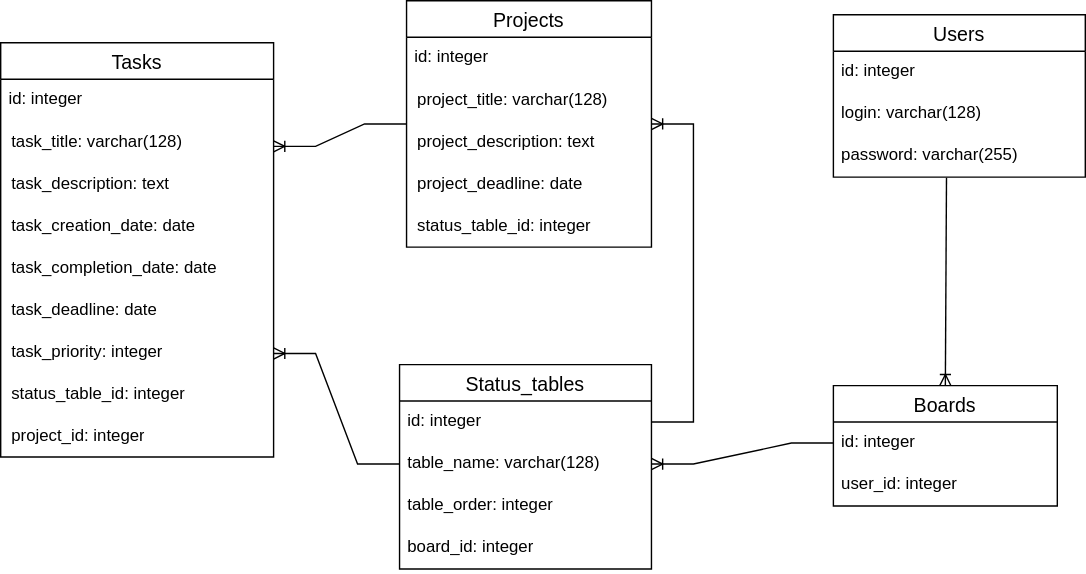
Before: documentation/dataSchemas/PhysicalSchema.svg, a diagram exported from draw.io (Leerv474/PeachNote). Source tidied: cells renumbered, new cells last; positions are measured from the earlier drawing's top-left corner, leaving out a move shared by most shapes.
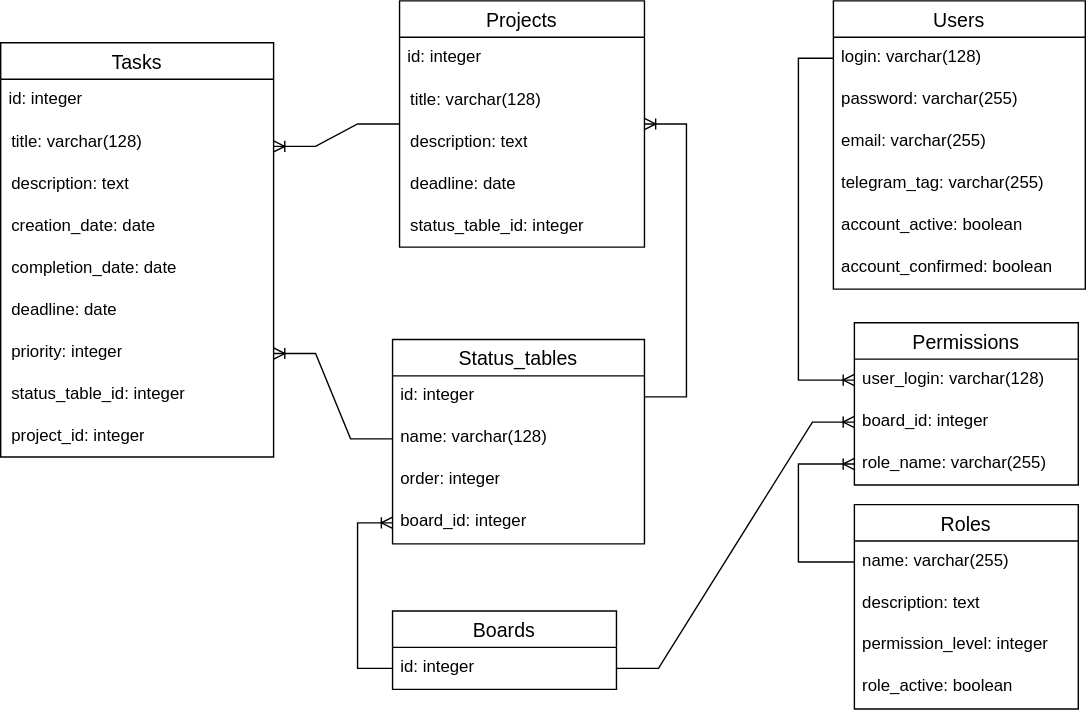
After the change.

Change to the diagram source:
```diff
@@ -3,27 +3,27 @@
     <mxCell id="0" />
     <mxCell id="1" parent="0" />
     <mxCell id="2" value="Tasks" style="swimlane;fontStyle=0;horizontal=1;startSize=26;align=center;fontSize=14;" parent="1" vertex="1">
-      <mxGeometry y="30" width="195" height="296" as="geometry" />
+      <mxGeometry x="25" y="-540" width="195" height="296" as="geometry" />
     </mxCell>
     <mxCell id="3" value="id: integer" style="text;strokeColor=none;fillColor=none;spacingLeft=4;spacingRight=4;overflow=hidden;fontSize=12;whiteSpace=wrap;html=1;" parent="2" vertex="1">
       <mxGeometry y="26" width="195" height="30" as="geometry" />
     </mxCell>
-    <mxCell id="4" value="task_title: varchar(128)" style="shape=partialRectangle;fillColor=none;top=0;left=0;bottom=0;right=0;align=left;spacingLeft=6;overflow=hidden;whiteSpace=wrap;html=1;" parent="2" vertex="1">
+    <mxCell id="4" value="title: varchar(128)" style="shape=partialRectangle;fillColor=none;top=0;left=0;bottom=0;right=0;align=left;spacingLeft=6;overflow=hidden;whiteSpace=wrap;html=1;" parent="2" vertex="1">
       <mxGeometry y="56" width="195" height="30" as="geometry" />
     </mxCell>
-    <mxCell id="5" value="task_description: text" style="shape=partialRectangle;fillColor=none;top=0;left=0;bottom=0;right=0;align=left;spacingLeft=6;overflow=hidden;whiteSpace=wrap;html=1;" parent="2" vertex="1">
+    <mxCell id="5" value="description: text" style="shape=partialRectangle;fillColor=none;top=0;left=0;bottom=0;right=0;align=left;spacingLeft=6;overflow=hidden;whiteSpace=wrap;html=1;" parent="2" vertex="1">
       <mxGeometry y="86" width="195" height="30" as="geometry" />
     </mxCell>
-    <mxCell id="6" value="task_creation_date: date" style="shape=partialRectangle;fillColor=none;top=0;left=0;bottom=0;right=0;align=left;spacingLeft=6;overflow=hidden;whiteSpace=wrap;html=1;" parent="2" vertex="1">
+    <mxCell id="6" value="creation_date: date" style="shape=partialRectangle;fillColor=none;top=0;left=0;bottom=0;right=0;align=left;spacingLeft=6;overflow=hidden;whiteSpace=wrap;html=1;" parent="2" vertex="1">
       <mxGeometry y="116" width="195" height="30" as="geometry" />
     </mxCell>
-    <mxCell id="7" value="task_completion_date: date" style="shape=partialRectangle;fillColor=none;top=0;left=0;bottom=0;right=0;align=left;spacingLeft=6;overflow=hidden;whiteSpace=wrap;html=1;" parent="2" vertex="1">
+    <mxCell id="7" value="completion_date: date" style="shape=partialRectangle;fillColor=none;top=0;left=0;bottom=0;right=0;align=left;spacingLeft=6;overflow=hidden;whiteSpace=wrap;html=1;" parent="2" vertex="1">
       <mxGeometry y="146" width="195" height="30" as="geometry" />
     </mxCell>
-    <mxCell id="8" value="task_deadline: date " style="shape=partialRectangle;fillColor=none;top=0;left=0;bottom=0;right=0;align=left;spacingLeft=6;overflow=hidden;whiteSpace=wrap;html=1;" parent="2" vertex="1">
+    <mxCell id="8" value="deadline: date " style="shape=partialRectangle;fillColor=none;top=0;left=0;bottom=0;right=0;align=left;spacingLeft=6;overflow=hidden;whiteSpace=wrap;html=1;" parent="2" vertex="1">
       <mxGeometry y="176" width="195" height="30" as="geometry" />
     </mxCell>
-    <mxCell id="9" value="task_priority: integer" style="shape=partialRectangle;fillColor=none;top=0;left=0;bottom=0;right=0;align=left;spacingLeft=6;overflow=hidden;whiteSpace=wrap;html=1;" parent="2" vertex="1">
+    <mxCell id="9" value="priority: integer" style="shape=partialRectangle;fillColor=none;top=0;left=0;bottom=0;right=0;align=left;spacingLeft=6;overflow=hidden;whiteSpace=wrap;html=1;" parent="2" vertex="1">
       <mxGeometry y="206" width="195" height="30" as="geometry" />
     </mxCell>
     <mxCell id="10" value="status_table_id: integer" style="shape=partialRectangle;fillColor=none;top=0;left=0;bottom=0;right=0;align=left;spacingLeft=6;overflow=hidden;whiteSpace=wrap;html=1;" parent="2" vertex="1">
@@ -33,73 +33,132 @@
       <mxGeometry y="266" width="195" height="30" as="geometry" />
     </mxCell>
     <mxCell id="12" value="Projects" style="swimlane;fontStyle=0;horizontal=1;startSize=26;align=center;fontSize=14;" parent="1" vertex="1">
-      <mxGeometry x="290" width="175" height="176" as="geometry" />
+      <mxGeometry x="310" y="-570" width="175" height="176" as="geometry" />
     </mxCell>
     <mxCell id="13" value="id: integer" style="text;strokeColor=none;fillColor=none;spacingLeft=4;spacingRight=4;overflow=hidden;fontSize=12;whiteSpace=wrap;html=1;" parent="12" vertex="1">
       <mxGeometry y="26" width="175" height="30" as="geometry" />
     </mxCell>
-    <mxCell id="14" value="project_title: varchar(128)" style="shape=partialRectangle;fillColor=none;top=0;left=0;bottom=0;right=0;align=left;spacingLeft=6;overflow=hidden;whiteSpace=wrap;html=1;" parent="12" vertex="1">
+    <mxCell id="14" value="title: varchar(128)" style="shape=partialRectangle;fillColor=none;top=0;left=0;bottom=0;right=0;align=left;spacingLeft=6;overflow=hidden;whiteSpace=wrap;html=1;" parent="12" vertex="1">
       <mxGeometry y="56" width="175" height="30" as="geometry" />
     </mxCell>
-    <mxCell id="15" value="project_description: text" style="shape=partialRectangle;fillColor=none;top=0;left=0;bottom=0;right=0;align=left;spacingLeft=6;overflow=hidden;whiteSpace=wrap;html=1;" parent="12" vertex="1">
+    <mxCell id="15" value="description: text" style="shape=partialRectangle;fillColor=none;top=0;left=0;bottom=0;right=0;align=left;spacingLeft=6;overflow=hidden;whiteSpace=wrap;html=1;" parent="12" vertex="1">
       <mxGeometry y="86" width="175" height="30" as="geometry" />
     </mxCell>
-    <mxCell id="16" value="project_deadline: date" style="shape=partialRectangle;fillColor=none;top=0;left=0;bottom=0;right=0;align=left;spacingLeft=6;overflow=hidden;whiteSpace=wrap;html=1;" parent="12" vertex="1">
+    <mxCell id="16" value="deadline: date" style="shape=partialRectangle;fillColor=none;top=0;left=0;bottom=0;right=0;align=left;spacingLeft=6;overflow=hidden;whiteSpace=wrap;html=1;" parent="12" vertex="1">
       <mxGeometry y="116" width="175" height="30" as="geometry" />
     </mxCell>
     <mxCell id="17" value="status_table_id: integer" style="shape=partialRectangle;fillColor=none;top=0;left=0;bottom=0;right=0;align=left;spacingLeft=6;overflow=hidden;whiteSpace=wrap;html=1;" parent="12" vertex="1">
       <mxGeometry y="146" width="175" height="30" as="geometry" />
     </mxCell>
     <mxCell id="18" value="Status_tables" style="swimlane;fontStyle=0;horizontal=1;startSize=26;align=center;fontSize=14;" parent="1" vertex="1">
-      <mxGeometry x="285" y="260" width="180" height="146" as="geometry" />
+      <mxGeometry x="305" y="-328" width="180" height="146" as="geometry" />
     </mxCell>
     <mxCell id="19" value="id: integer" style="text;strokeColor=none;fillColor=none;spacingLeft=4;spacingRight=4;overflow=hidden;points=[[0,0.5],[1,0.5]];portConstraint=eastwest;fontSize=12;whiteSpace=wrap;html=1;" parent="18" vertex="1">
       <mxGeometry y="26" width="180" height="30" as="geometry" />
     </mxCell>
-    <mxCell id="20" value="table_name: varchar(128)" style="text;strokeColor=none;fillColor=none;spacingLeft=4;spacingRight=4;overflow=hidden;points=[[0,0.5],[1,0.5]];portConstraint=eastwest;fontSize=12;whiteSpace=wrap;html=1;" parent="18" vertex="1">
+    <mxCell id="20" value="name: varchar(128)" style="text;strokeColor=none;fillColor=none;spacingLeft=4;spacingRight=4;overflow=hidden;points=[[0,0.5],[1,0.5]];portConstraint=eastwest;fontSize=12;whiteSpace=wrap;html=1;" parent="18" vertex="1">
       <mxGeometry y="56" width="180" height="30" as="geometry" />
     </mxCell>
-    <mxCell id="21" value="table_order: integer" style="text;strokeColor=none;fillColor=none;spacingLeft=4;spacingRight=4;overflow=hidden;fontSize=12;whiteSpace=wrap;html=1;" parent="18" vertex="1">
+    <mxCell id="21" value="order: integer" style="text;strokeColor=none;fillColor=none;spacingLeft=4;spacingRight=4;overflow=hidden;fontSize=12;whiteSpace=wrap;html=1;" parent="18" vertex="1">
       <mxGeometry y="86" width="180" height="30" as="geometry" />
     </mxCell>
     <mxCell id="22" value="board_id: integer" style="text;strokeColor=none;fillColor=none;spacingLeft=4;spacingRight=4;overflow=hidden;points=[[0,0.5],[1,0.5]];portConstraint=eastwest;fontSize=12;whiteSpace=wrap;html=1;" parent="18" vertex="1">
       <mxGeometry y="116" width="180" height="30" as="geometry" />
     </mxCell>
     <mxCell id="23" value="Users" style="swimlane;fontStyle=0;horizontal=1;startSize=26;align=center;fontSize=14;" parent="1" vertex="1">
-      <mxGeometry x="595" y="10" width="180" height="116" as="geometry" />
+      <mxGeometry x="620" y="-570" width="180" height="206" as="geometry" />
     </mxCell>
-    <mxCell id="24" value="id: integer" style="text;strokeColor=none;fillColor=none;spacingLeft=4;spacingRight=4;overflow=hidden;fontSize=12;whiteSpace=wrap;html=1;" parent="23" vertex="1">
-      <mxGeometry y="26" width="180" height="30" as="geometry" />
-    </mxCell>
     <mxCell id="25" value="login: varchar(128)" style="text;strokeColor=none;fillColor=none;spacingLeft=4;spacingRight=4;overflow=hidden;points=[[0,0.5],[1,0.5]];portConstraint=eastwest;fontSize=12;whiteSpace=wrap;html=1;" parent="23" vertex="1">
-      <mxGeometry y="56" width="180" height="30" as="geometry" />
+      <mxGeometry y="26" width="180" height="30" as="geometry" />
     </mxCell>
     <mxCell id="26" value="password: varchar(255)" style="text;strokeColor=none;fillColor=none;spacingLeft=4;spacingRight=4;overflow=hidden;points=[[0,0.5],[1,0.5]];portConstraint=eastwest;fontSize=12;whiteSpace=wrap;html=1;" parent="23" vertex="1">
-      <mxGeometry y="86" width="180" height="30" as="geometry" />
+      <mxGeometry y="56" width="180" height="30" as="geometry" />
     </mxCell>
+    <mxCell id="35" value="email: varchar(255)" style="text;strokeColor=none;fillColor=none;spacingLeft=4;spacingRight=4;overflow=hidden;fontSize=12;whiteSpace=wrap;html=1;" parent="23" vertex="1">
+      <mxGeometry y="86" width="180" height="30" as="geometry" />
+    </mxCell>
+    <mxCell id="36" value="telegram_tag: varchar(255)" style="text;strokeColor=none;fillColor=none;spacingLeft=4;spacingRight=4;overflow=hidden;fontSize=12;whiteSpace=wrap;html=1;" parent="23" vertex="1">
+      <mxGeometry y="116" width="180" height="30" as="geometry" />
+    </mxCell>
+    <mxCell id="37" value="account_active: boolean" style="text;strokeColor=none;fillColor=none;spacingLeft=4;spacingRight=4;overflow=hidden;fontSize=12;whiteSpace=wrap;html=1;" parent="23" vertex="1">
+      <mxGeometry y="146" width="180" height="30" as="geometry" />
+    </mxCell>
+    <mxCell id="38" value="account_confirmed: boolean" style="text;strokeColor=none;fillColor=none;spacingLeft=4;spacingRight=4;overflow=hidden;fontSize=12;whiteSpace=wrap;html=1;" parent="23" vertex="1">
+      <mxGeometry y="176" width="180" height="30" as="geometry" />
+    </mxCell>
     <mxCell id="27" value="Boards" style="swimlane;fontStyle=0;horizontal=1;startSize=26;align=center;fontSize=14;" parent="1" vertex="1">
-      <mxGeometry x="595" y="275" width="160" height="86" as="geometry" />
+      <mxGeometry x="305" y="-134" width="160" height="56" as="geometry" />
     </mxCell>
     <mxCell id="28" value="id: integer" style="text;strokeColor=none;fillColor=none;spacingLeft=4;spacingRight=4;overflow=hidden;points=[[0,0.5],[1,0.5]];portConstraint=eastwest;fontSize=12;whiteSpace=wrap;html=1;" parent="27" vertex="1">
       <mxGeometry y="26" width="160" height="30" as="geometry" />
     </mxCell>
-    <mxCell id="29" value="user_id: integer" style="text;strokeColor=none;fillColor=none;spacingLeft=4;spacingRight=4;overflow=hidden;fontSize=12;whiteSpace=wrap;html=1;" parent="27" vertex="1">
-      <mxGeometry y="56" width="160" height="30" as="geometry" />
-    </mxCell>
     <mxCell id="30" style="edgeStyle=entityRelationEdgeStyle;fontSize=12;html=1;endArrow=ERoneToMany;rounded=0;exitX=0;exitY=0.5;exitDx=0;exitDy=0;entryX=1;entryY=0.75;entryDx=0;entryDy=0;" parent="1" edge="1" source="20" target="2">
       <mxGeometry relative="1" as="geometry" />
     </mxCell>
     <mxCell id="31" style="edgeStyle=entityRelationEdgeStyle;fontSize=12;html=1;endArrow=ERoneToMany;rounded=0;exitX=0;exitY=0.5;exitDx=0;exitDy=0;entryX=1;entryY=0.25;entryDx=0;entryDy=0;" parent="1" edge="1" source="12" target="2">
       <mxGeometry relative="1" as="geometry" />
     </mxCell>
-    <mxCell id="32" style="edgeStyle=entityRelationEdgeStyle;fontSize=12;html=1;endArrow=ERoneToMany;rounded=0;exitX=0;exitY=0.5;exitDx=0;exitDy=0;entryX=1;entryY=0.5;entryDx=0;entryDy=0;" parent="1" edge="1" source="28" target="20">
-      <mxGeometry relative="1" as="geometry" />
+    <mxCell id="32" style="edgeStyle=orthogonalEdgeStyle;fontSize=12;html=1;endArrow=ERoneToMany;rounded=0;exitX=0;exitY=0.5;exitDx=0;exitDy=0;entryX=0;entryY=0.5;entryDx=0;entryDy=0;" parent="1" edge="1" source="28" target="22">
+      <mxGeometry relative="1" as="geometry">
+        <Array as="points">
+          <mxPoint x="280" y="-93" />
+          <mxPoint x="280" y="-197" />
+        </Array>
+      </mxGeometry>
     </mxCell>
-    <mxCell id="33" style="fontSize=12;html=1;endArrow=ERoneToMany;rounded=0;exitX=0.449;exitY=1.017;exitDx=0;exitDy=0;entryX=0.5;entryY=0;entryDx=0;entryDy=0;exitPerimeter=0;" parent="1" edge="1" source="26" target="27">
-      <mxGeometry relative="1" as="geometry" />
-    </mxCell>
-    <mxCell id="34" style="edgeStyle=entityRelationEdgeStyle;fontSize=12;html=1;endArrow=ERoneToMany;rounded=0;exitX=1;exitY=0.5;exitDx=0;exitDy=0;entryX=1;entryY=0.5;entryDx=0;entryDy=0;" parent="1" edge="1" source="19" target="12">
-      <mxGeometry relative="1" as="geometry" />
+    <mxCell id="34" style="edgeStyle=orthogonalEdgeStyle;fontSize=12;html=1;endArrow=ERoneToMany;rounded=0;exitX=1;exitY=0.5;exitDx=0;exitDy=0;entryX=1;entryY=0.5;entryDx=0;entryDy=0;" parent="1" edge="1" source="19" target="12">
+      <mxGeometry relative="1" as="geometry">
+        <Array as="points">
+          <mxPoint x="515" y="-287" />
+          <mxPoint x="515" y="-482" />
+        </Array>
+      </mxGeometry>
     </mxCell>
+    <mxCell id="39" value="Permissions" style="swimlane;fontStyle=0;horizontal=1;startSize=26;align=center;fontSize=14;" parent="1" vertex="1">
+      <mxGeometry x="635" y="-340" width="160" height="116" as="geometry" />
+    </mxCell>
+    <mxCell id="40" value="user_login: varchar(128)" style="text;strokeColor=none;fillColor=none;spacingLeft=4;spacingRight=4;overflow=hidden;points=[[0,0.5],[1,0.5]];portConstraint=eastwest;fontSize=12;whiteSpace=wrap;html=1;" parent="39" vertex="1">
+      <mxGeometry y="26" width="160" height="30" as="geometry" />
+    </mxCell>
+    <mxCell id="41" value="board_id: integer" style="text;strokeColor=none;fillColor=none;spacingLeft=4;spacingRight=4;overflow=hidden;points=[[0,0.5],[1,0.5]];portConstraint=eastwest;fontSize=12;whiteSpace=wrap;html=1;" parent="39" vertex="1">
+      <mxGeometry y="56" width="160" height="30" as="geometry" />
+    </mxCell>
+    <mxCell id="42" value="role_name: varchar(255)" style="text;strokeColor=none;fillColor=none;spacingLeft=4;spacingRight=4;overflow=hidden;points=[[0,0.5],[1,0.5]];portConstraint=eastwest;fontSize=12;whiteSpace=wrap;html=1;" parent="39" vertex="1">
+      <mxGeometry y="86" width="160" height="30" as="geometry" />
+    </mxCell>
+    <mxCell id="43" style="edgeStyle=orthogonalEdgeStyle;fontSize=12;html=1;endArrow=ERoneToMany;rounded=0;exitX=0;exitY=0.5;exitDx=0;exitDy=0;entryX=0;entryY=0.5;entryDx=0;entryDy=0;" parent="1" edge="1" source="25" target="40">
+      <mxGeometry relative="1" as="geometry">
+        <Array as="points">
+          <mxPoint x="595" y="-529" />
+          <mxPoint x="595" y="-299" />
+        </Array>
+      </mxGeometry>
+    </mxCell>
+    <mxCell id="44" value="Roles" style="swimlane;fontStyle=0;horizontal=1;startSize=26;align=center;fontSize=14;" parent="1" vertex="1">
+      <mxGeometry x="635" y="-210" width="160" height="146" as="geometry" />
+    </mxCell>
+    <mxCell id="45" value="name: varchar(255)" style="text;strokeColor=none;fillColor=none;spacingLeft=4;spacingRight=4;overflow=hidden;points=[[0,0.5],[1,0.5]];portConstraint=eastwest;fontSize=12;whiteSpace=wrap;html=1;" parent="44" vertex="1">
+      <mxGeometry y="26" width="160" height="30" as="geometry" />
+    </mxCell>
+    <mxCell id="46" value="description: text" style="text;strokeColor=none;fillColor=none;spacingLeft=4;spacingRight=4;overflow=hidden;fontSize=12;whiteSpace=wrap;html=1;" parent="44" vertex="1">
+      <mxGeometry y="56" width="160" height="30" as="geometry" />
+    </mxCell>
+    <mxCell id="47" value="permission_level: integer" style="text;strokeColor=none;fillColor=none;spacingLeft=4;spacingRight=4;overflow=hidden;fontSize=12;whiteSpace=wrap;html=1;" parent="44" vertex="1">
+      <mxGeometry y="86" width="160" height="30" as="geometry" />
+    </mxCell>
+    <mxCell id="48" value="role_active: boolean" style="text;strokeColor=none;fillColor=none;spacingLeft=4;spacingRight=4;overflow=hidden;fontSize=12;whiteSpace=wrap;html=1;" parent="44" vertex="1">
+      <mxGeometry y="116" width="160" height="30" as="geometry" />
+    </mxCell>
+    <mxCell id="49" style="edgeStyle=entityRelationEdgeStyle;fontSize=12;html=1;endArrow=ERoneToMany;rounded=0;exitX=1;exitY=0.5;exitDx=0;exitDy=0;entryX=0;entryY=0.5;entryDx=0;entryDy=0;" parent="1" edge="1" source="28" target="41">
+      <mxGeometry relative="1" as="geometry" />
+    </mxCell>
+    <mxCell id="50" style="edgeStyle=orthogonalEdgeStyle;fontSize=12;html=1;endArrow=ERoneToMany;rounded=0;exitX=0;exitY=0.5;exitDx=0;exitDy=0;entryX=0;entryY=0.5;entryDx=0;entryDy=0;" parent="1" edge="1" source="45" target="42">
+      <mxGeometry relative="1" as="geometry">
+        <Array as="points">
+          <mxPoint x="595" y="-169" />
+          <mxPoint x="595" y="-239" />
+        </Array>
+      </mxGeometry>
+    </mxCell>
   </root>
 </mxGraphModel>
```
